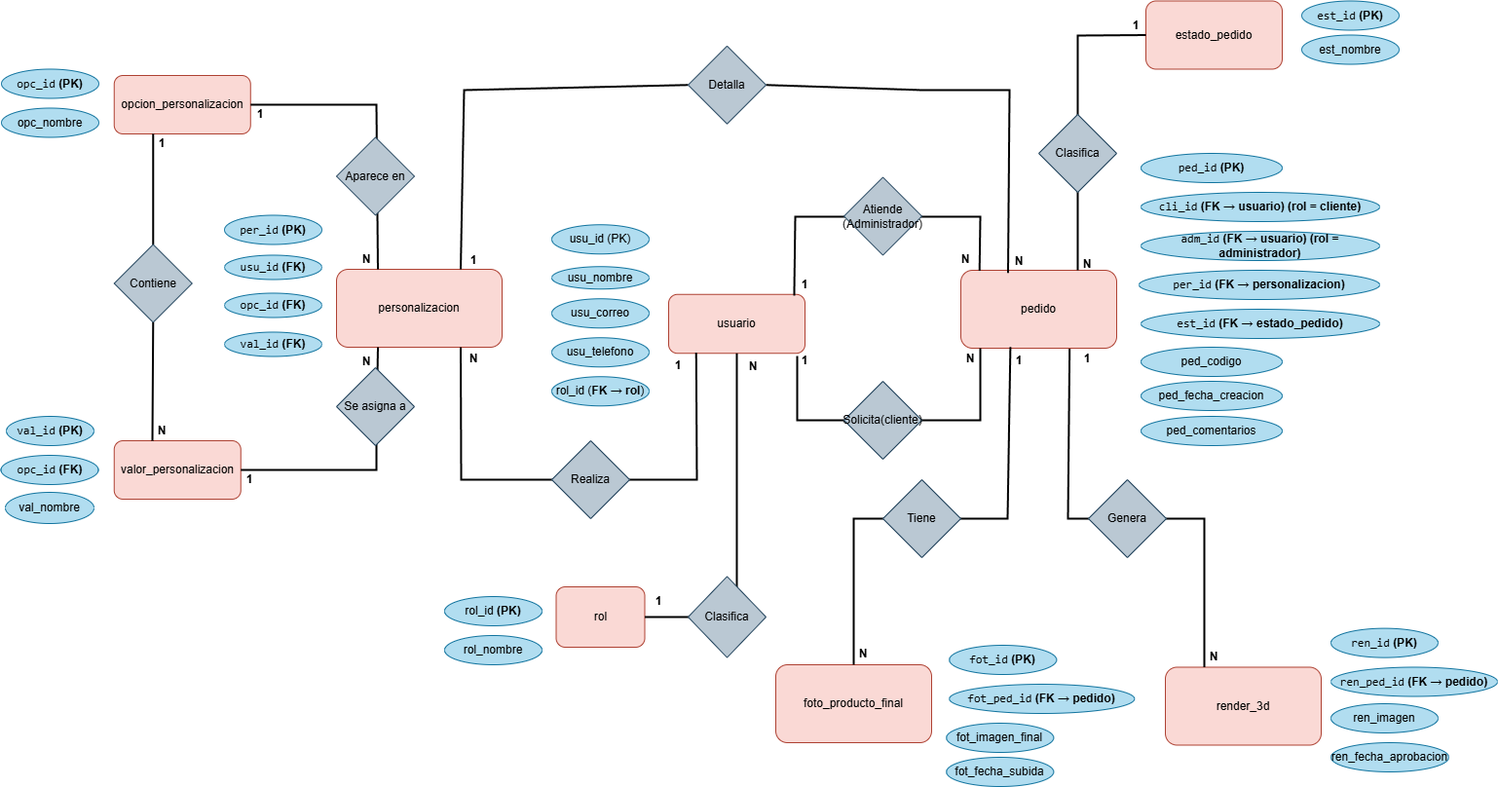
Before: Trimestre 3/8. Diagrama Entidad Relacion.drawio.png, a diagram exported from draw.io (Natalia0404/ProyectoBrisasGems). Source tidied: cells renumbered, new cells last; positions are measured from the earlier drawing's top-left corner, leaving out a move shared by most shapes.
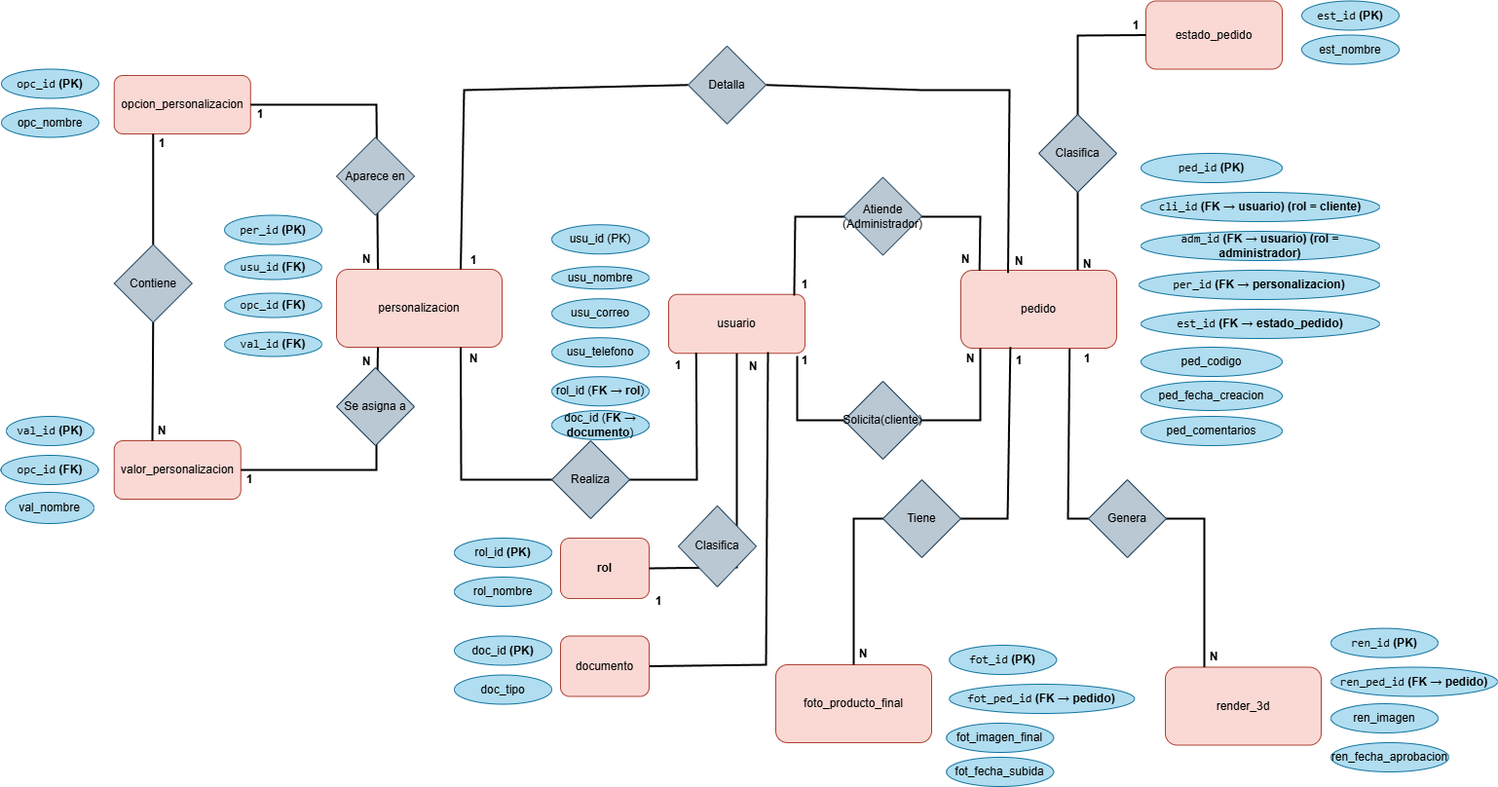
The same diagram one commit later.

Commit message:
agregar tabla tipo de dato

Change to the diagram source:
```diff
@@ -188,14 +188,14 @@
         </Array>
       </mxGeometry>
     </mxCell>
-    <mxCell id="54" value="rol" style="rounded=1;whiteSpace=wrap;html=1;fillColor=#fad9d5;strokeColor=#ae4132;" parent="1" vertex="1">
-      <mxGeometry x="570.5" y="602" width="91" height="62" as="geometry" />
+    <mxCell id="54" value="rol" style="rounded=1;whiteSpace=wrap;html=1;fillColor=#fad9d5;strokeColor=#ae4132;fontStyle=1;" parent="1" vertex="1">
+      <mxGeometry x="575" y="552" width="91" height="62" as="geometry" />
     </mxCell>
     <mxCell id="55" value="rol_id &lt;b&gt;(PK)&lt;/b&gt;" style="ellipse;whiteSpace=wrap;html=1;fillColor=#b1ddf0;strokeColor=#10739e;" parent="1" vertex="1">
-      <mxGeometry x="456" y="612" width="100" height="30" as="geometry" />
+      <mxGeometry x="466" y="552" width="100" height="30" as="geometry" />
     </mxCell>
     <mxCell id="56" value="rol_nombre" style="ellipse;whiteSpace=wrap;html=1;fillColor=#b1ddf0;strokeColor=#10739e;" parent="1" vertex="1">
-      <mxGeometry x="456" y="652" width="100" height="30" as="geometry" />
+      <mxGeometry x="466" y="592" width="100" height="30" as="geometry" />
     </mxCell>
     <mxCell id="57" style="endArrow=none;html=1;rounded=0;strokeWidth=2;exitX=0.75;exitY=0;exitDx=0;exitDy=0;entryX=0.943;entryY=1.045;entryDx=0;entryDy=0;entryPerimeter=0;" parent="1" edge="1" source="69" target="7">
       <mxGeometry relative="1" as="geometry">
@@ -222,12 +222,12 @@
     <mxCell id="61" style="endArrow=none;html=1;rounded=0;strokeWidth=2;exitX=0.5;exitY=1;exitDx=0;exitDy=0;entryX=1;entryY=0.5;entryDx=0;entryDy=0;" parent="1" edge="1" source="7" target="54">
       <mxGeometry relative="1" as="geometry">
         <Array as="points">
-          <mxPoint x="756" y="633" />
+          <mxPoint x="756" y="582" />
         </Array>
       </mxGeometry>
     </mxCell>
     <mxCell id="62" value="Clasifica" style="rhombus;whiteSpace=wrap;html=1;strokeColor=#23445d;fillColor=#bac8d3;" parent="1" vertex="1">
-      <mxGeometry x="706" y="591.4" width="80" height="83.2" as="geometry" />
+      <mxGeometry x="696" y="518.8" width="80" height="83.2" as="geometry" />
     </mxCell>
     <mxCell id="63" value="Realiza" style="rhombus;whiteSpace=wrap;html=1;fillColor=#bac8d3;strokeColor=#23445d;" parent="1" vertex="1">
       <mxGeometry x="566" y="452" width="80" height="80" as="geometry" />
@@ -335,5 +335,24 @@
     <mxCell id="92" value="&lt;b&gt;N&lt;/b&gt;" style="text;html=1;align=center;verticalAlign=middle;whiteSpace=wrap;rounded=0;" parent="1" vertex="1">
       <mxGeometry x="1226" y="663" width="40" height="21.5" as="geometry" />
     </mxCell>
+    <mxCell id="93" style="endArrow=none;html=1;rounded=0;strokeWidth=2;exitX=0.75;exitY=0;exitDx=0;exitDy=0;entryX=1;entryY=0.5;entryDx=0;entryDy=0;" parent="1" edge="1" source="65" target="94">
+      <mxGeometry relative="1" as="geometry">
+        <Array as="points">
+          <mxPoint x="786" y="682" />
+        </Array>
+      </mxGeometry>
+    </mxCell>
+    <mxCell id="94" value="documento" style="rounded=1;whiteSpace=wrap;html=1;fillColor=#fad9d5;strokeColor=#ae4132;" parent="1" vertex="1">
+      <mxGeometry x="575" y="652.5" width="91" height="62" as="geometry" />
+    </mxCell>
+    <mxCell id="95" value="doc_id &lt;b&gt;(PK)&lt;/b&gt;" style="ellipse;whiteSpace=wrap;html=1;fillColor=#b1ddf0;strokeColor=#10739e;" parent="1" vertex="1">
+      <mxGeometry x="466" y="652.5" width="100" height="30" as="geometry" />
+    </mxCell>
+    <mxCell id="96" value="doc_tipo" style="ellipse;whiteSpace=wrap;html=1;fillColor=#b1ddf0;strokeColor=#10739e;" parent="1" vertex="1">
+      <mxGeometry x="466" y="692.5" width="100" height="30" as="geometry" />
+    </mxCell>
+    <mxCell id="97" value="doc_id (&lt;b&gt;FK → documento&lt;/b&gt;)" style="ellipse;whiteSpace=wrap;html=1;fillColor=#b1ddf0;strokeColor=#10739e;" parent="1" vertex="1">
+      <mxGeometry x="566" y="421" width="100" height="30" as="geometry" />
+    </mxCell>
   </root>
 </mxGraphModel>
```
